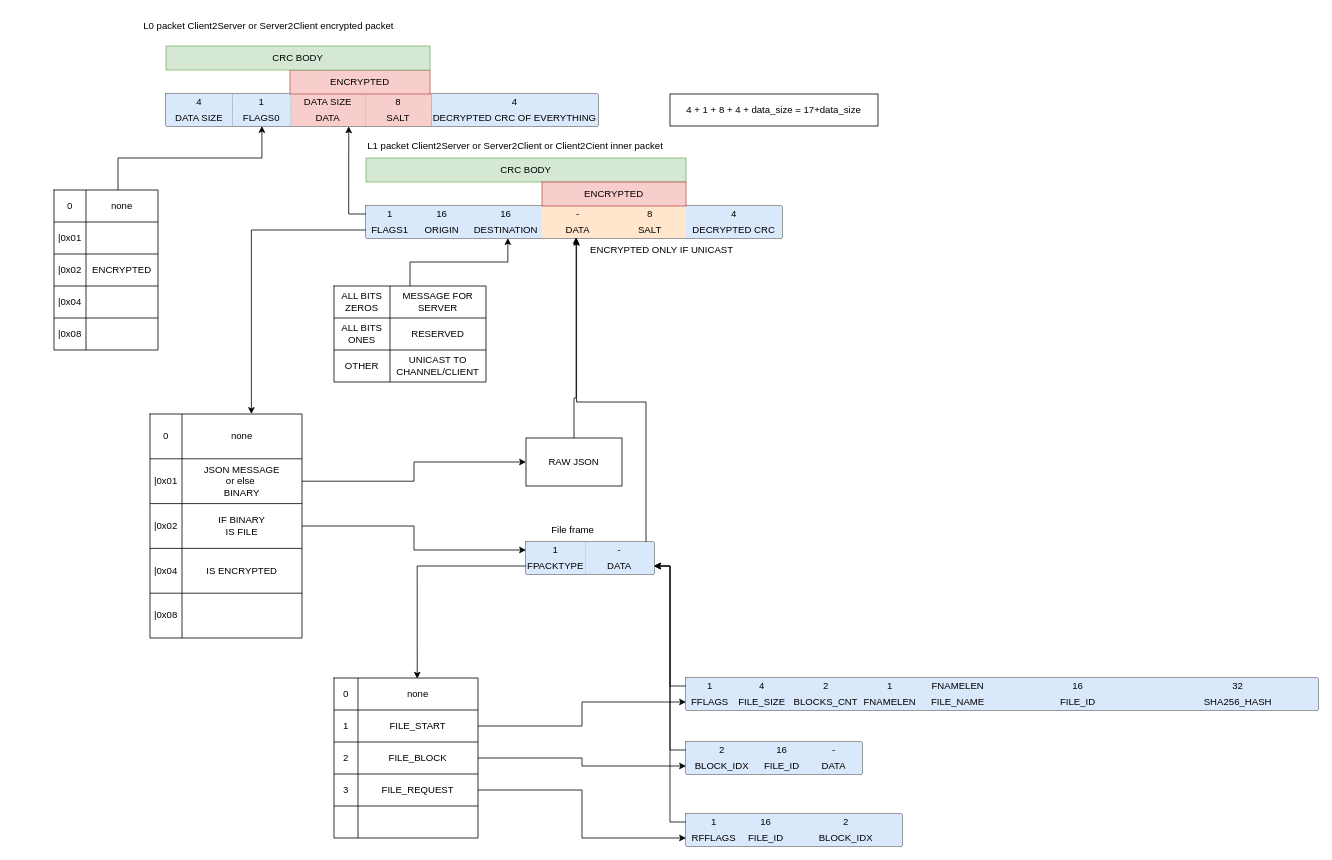
Before: novaprotocol/protocol.drawio in TexHik620953/novachat-server, a draw.io diagram. Source tidied: cells renumbered, new cells numbered last; positions are measured from the earlier drawing's top-left corner, leaving out a move shared by most shapes. Both pictures are drawn from the tidied source at 80%, with x=0, y=0 at pixel (54, 14).
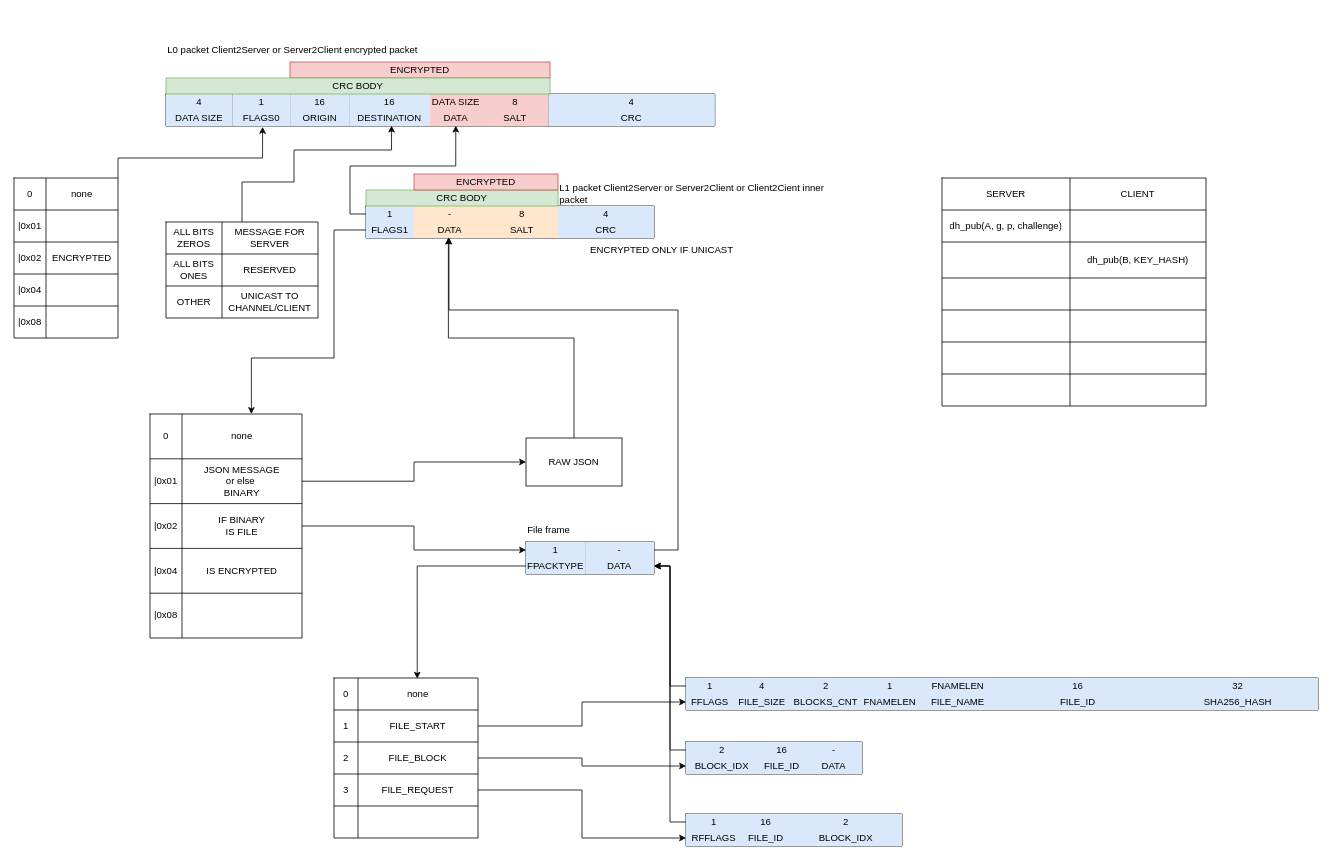
The same diagram, later.

Unchanged cells that the change refers to:
```xml
<mxCell id="36" style="shape=tableRow;horizontal=0;startSize=0;swimlaneHead=0;swimlaneBody=0;strokeColor=inherit;top=0;left=0;bottom=0;right=0;fillColor=none;points=[[0,0.5],[1,0.5]];portConstraint=eastwest;" parent="35" vertex="1">
  <mxGeometry width="190" height="56" as="geometry" />
</mxCell>
<mxCell id="51" value="ENCRYPTED ONLY IF UNICAST" style="text;html=1;align=center;verticalAlign=middle;whiteSpace=wrap;rounded=0;" parent="1" vertex="1">
  <mxGeometry x="610" y="280" width="300" height="30" as="geometry" />
</mxCell>
<mxCell id="63" value="RAW JSON" style="rounded=0;whiteSpace=wrap;html=1;" parent="1" vertex="1">
  <mxGeometry x="590" y="530" width="120" height="60" as="geometry" />
</mxCell>
<mxCell id="66" style="shape=table;startSize=0;childLayout=tableLayout;" parent="1" vertex="1">
  <mxGeometry x="590" y="660" width="160" height="40" as="geometry" />
</mxCell>
<mxCell id="67" style="shape=tableRow;horizontal=0;startSize=0;swimlaneHead=0;swimlaneBody=0;strokeColor=inherit;top=0;left=0;bottom=0;right=0;fillColor=none;points=[[0,0.5],[1,0.5]];portConstraint=eastwest;" parent="66" vertex="1">
  <mxGeometry width="160" height="20" as="geometry" />
</mxCell>
<mxCell id="138" style="shape=tableRow;horizontal=0;startSize=0;swimlaneHead=0;swimlaneBody=0;strokeColor=inherit;top=0;left=0;bottom=0;right=0;fillColor=none;points=[[0,0.5],[1,0.5]];portConstraint=eastwest;" parent="137" vertex="1">
  <mxGeometry width="130" height="40" as="geometry" />
</mxCell>
```

Change to the diagram source:
```diff
@@
     <mxCell id="2" style="shape=table;startSize=0;childLayout=tableLayout;" parent="1" vertex="1">
-      <mxGeometry x="140" y="100" width="540" height="40" as="geometry" />
+      <mxGeometry x="140" y="100" width="686" height="40" as="geometry" />
     </mxCell>
     <mxCell id="3" style="shape=tableRow;horizontal=0;startSize=0;swimlaneHead=0;swimlaneBody=0;strokeColor=inherit;top=0;left=0;bottom=0;right=0;fillColor=none;" parent="2" vertex="1">
-      <mxGeometry width="540" height="20" as="geometry" />
+      <mxGeometry width="686" height="20" as="geometry" />
     </mxCell>
@@
+    <mxCell id="155" value="16" style="shape=partialRectangle;html=1;whiteSpace=wrap;strokeColor=#6c8ebf;overflow=hidden;fillColor=#dae8fc;top=0;left=0;bottom=0;right=0;" parent="3" vertex="1">
+      <mxGeometry x="156" width="73" height="20" as="geometry" />
+    </mxCell>
+    <mxCell id="156" value="16" style="shape=partialRectangle;html=1;whiteSpace=wrap;strokeColor=#6c8ebf;overflow=hidden;fillColor=#dae8fc;top=0;left=0;bottom=0;right=0;" parent="3" vertex="1">
+      <mxGeometry x="229" width="101" height="20" as="geometry" />
+    </mxCell>
     <mxCell id="6" value="DATA SIZE" style="shape=partialRectangle;html=1;whiteSpace=wrap;strokeColor=#b85450;overflow=hidden;fillColor=#f8cecc;top=0;left=0;bottom=0;right=0;" parent="3" vertex="1">
-      <mxGeometry x="156" width="93" height="20" as="geometry" />
+      <mxGeometry x="330" width="65" height="20" as="geometry" />
     </mxCell>
     <mxCell id="7" value="8" style="shape=partialRectangle;html=1;whiteSpace=wrap;strokeColor=#b85450;overflow=hidden;fillColor=#f8cecc;top=0;left=0;bottom=0;right=0;" parent="3" vertex="1">
-      <mxGeometry x="249" width="83" height="20" as="geometry" />
+      <mxGeometry x="395" width="83" height="20" as="geometry" />
     </mxCell>
     <mxCell id="8" value="4" style="shape=partialRectangle;html=1;whiteSpace=wrap;strokeColor=#6c8ebf;overflow=hidden;fillColor=#dae8fc;top=0;left=0;bottom=0;right=0;" parent="3" vertex="1">
-      <mxGeometry x="332" width="208" height="20" as="geometry" />
+      <mxGeometry x="478" width="208" height="20" as="geometry" />
     </mxCell>
     <mxCell id="9" style="shape=tableRow;horizontal=0;startSize=0;swimlaneHead=0;swimlaneBody=0;strokeColor=inherit;top=0;left=0;bottom=0;right=0;fillColor=none;points=[[0,0.5],[1,0.5]];portConstraint=eastwest;" parent="2" vertex="1">
-      <mxGeometry y="20" width="540" height="20" as="geometry" />
+      <mxGeometry y="20" width="686" height="20" as="geometry" />
     </mxCell>
@@
+    <mxCell id="26" value="ORIGIN" style="shape=partialRectangle;html=1;whiteSpace=wrap;strokeColor=#6c8ebf;overflow=hidden;fillColor=#dae8fc;top=0;left=0;bottom=0;right=0;" parent="9" vertex="1">
+      <mxGeometry x="156" width="73" height="20" as="geometry" />
+    </mxCell>
+    <mxCell id="27" value="DESTINATION" style="shape=partialRectangle;html=1;whiteSpace=wrap;strokeColor=#6c8ebf;overflow=hidden;fillColor=#dae8fc;top=0;left=0;bottom=0;right=0;" parent="9" vertex="1">
+      <mxGeometry x="229" width="101" height="20" as="geometry" />
+    </mxCell>
     <mxCell id="12" value="DATA" style="shape=partialRectangle;html=1;whiteSpace=wrap;strokeColor=#b85450;overflow=hidden;fillColor=#f8cecc;top=0;left=0;bottom=0;right=0;" parent="9" vertex="1">
-      <mxGeometry x="156" width="93" height="20" as="geometry" />
+      <mxGeometry x="330" width="65" height="20" as="geometry" />
     </mxCell>
     <mxCell id="13" value="SALT" style="shape=partialRectangle;html=1;whiteSpace=wrap;strokeColor=#b85450;overflow=hidden;fillColor=#f8cecc;top=0;left=0;bottom=0;right=0;" parent="9" vertex="1">
-      <mxGeometry x="249" width="83" height="20" as="geometry" />
+      <mxGeometry x="395" width="83" height="20" as="geometry" />
     </mxCell>
-    <mxCell id="14" value="DECRYPTED CRC OF EVERYTHING" style="shape=partialRectangle;html=1;whiteSpace=wrap;strokeColor=#6c8ebf;overflow=hidden;fillColor=#dae8fc;top=0;left=0;bottom=0;right=0;" parent="9" vertex="1">
-      <mxGeometry x="332" width="208" height="20" as="geometry" />
+    <mxCell id="14" value="CRC" style="shape=partialRectangle;html=1;whiteSpace=wrap;strokeColor=#6c8ebf;overflow=hidden;fillColor=#dae8fc;top=0;left=0;bottom=0;right=0;" parent="9" vertex="1">
+      <mxGeometry x="478" width="208" height="20" as="geometry" />
     </mxCell>
     <mxCell id="15" value="L0 packet Client2Server or Server2Client encrypted packet" style="text;html=1;align=left;verticalAlign=middle;whiteSpace=wrap;rounded=0;" parent="1" vertex="1">
-      <mxGeometry x="110" width="350" height="30" as="geometry" />
+      <mxGeometry x="140" y="30" width="350" height="30" as="geometry" />
     </mxCell>
     <mxCell id="16" style="shape=table;startSize=0;childLayout=tableLayout;" parent="1" vertex="1">
-      <mxGeometry x="390" y="240" width="520" height="40" as="geometry" />
+      <mxGeometry x="390" y="240" width="360" height="40" as="geometry" />
     </mxCell>
     <mxCell id="17" style="shape=tableRow;horizontal=0;startSize=0;swimlaneHead=0;swimlaneBody=0;strokeColor=inherit;top=0;left=0;bottom=0;right=0;fillColor=none;points=[[0,0.5],[1,0.5]];portConstraint=eastwest;" parent="16" vertex="1">
-      <mxGeometry width="520" height="20" as="geometry" />
+      <mxGeometry width="360" height="20" as="geometry" />
     </mxCell>
@@
-    <mxCell id="19" value="16" style="shape=partialRectangle;html=1;whiteSpace=wrap;strokeColor=#6c8ebf;overflow=hidden;fillColor=#dae8fc;top=0;left=0;bottom=0;right=0;" parent="17" vertex="1">
-      <mxGeometry x="60" width="70" height="20" as="geometry" />
-    </mxCell>
-    <mxCell id="20" value="16" style="shape=partialRectangle;html=1;whiteSpace=wrap;strokeColor=#6c8ebf;overflow=hidden;fillColor=#dae8fc;top=0;left=0;bottom=0;right=0;" parent="17" vertex="1">
-      <mxGeometry x="130" width="90" height="20" as="geometry" />
-    </mxCell>
     <mxCell id="21" value="-" style="shape=partialRectangle;html=1;whiteSpace=wrap;strokeColor=#d79b00;overflow=hidden;fillColor=#ffe6cc;top=0;left=0;bottom=0;right=0;" parent="17" vertex="1">
-      <mxGeometry x="220" width="90" height="20" as="geometry" />
+      <mxGeometry x="60" width="90" height="20" as="geometry" />
     </mxCell>
     <mxCell id="22" value="8" style="shape=partialRectangle;html=1;whiteSpace=wrap;strokeColor=#d79b00;overflow=hidden;fillColor=#ffe6cc;top=0;left=0;bottom=0;right=0;" parent="17" vertex="1">
-      <mxGeometry x="310" width="90" height="20" as="geometry" />
+      <mxGeometry x="150" width="90" height="20" as="geometry" />
     </mxCell>
     <mxCell id="23" value="4" style="shape=partialRectangle;html=1;whiteSpace=wrap;strokeColor=#6c8ebf;overflow=hidden;fillColor=#dae8fc;top=0;left=0;bottom=0;right=0;" parent="17" vertex="1">
-      <mxGeometry x="400" width="120" height="20" as="geometry" />
+      <mxGeometry x="240" width="120" height="20" as="geometry" />
     </mxCell>
     <mxCell id="24" style="shape=tableRow;horizontal=0;startSize=0;swimlaneHead=0;swimlaneBody=0;strokeColor=inherit;top=0;left=0;bottom=0;right=0;fillColor=none;points=[[0,0.5],[1,0.5]];portConstraint=eastwest;" parent="16" vertex="1">
-      <mxGeometry y="20" width="520" height="20" as="geometry" />
+      <mxGeometry y="20" width="360" height="20" as="geometry" />
     </mxCell>
@@
-    <mxCell id="26" value="ORIGIN" style="shape=partialRectangle;html=1;whiteSpace=wrap;strokeColor=#6c8ebf;overflow=hidden;fillColor=#dae8fc;top=0;left=0;bottom=0;right=0;" parent="24" vertex="1">
-      <mxGeometry x="60" width="70" height="20" as="geometry" />
-    </mxCell>
-    <mxCell id="27" value="DESTINATION" style="shape=partialRectangle;html=1;whiteSpace=wrap;strokeColor=#6c8ebf;overflow=hidden;fillColor=#dae8fc;top=0;left=0;bottom=0;right=0;" parent="24" vertex="1">
-      <mxGeometry x="130" width="90" height="20" as="geometry" />
-    </mxCell>
     <mxCell id="28" value="DATA" style="shape=partialRectangle;html=1;whiteSpace=wrap;strokeColor=#d79b00;overflow=hidden;fillColor=#ffe6cc;top=0;left=0;bottom=0;right=0;" parent="24" vertex="1">
-      <mxGeometry x="220" width="90" height="20" as="geometry" />
+      <mxGeometry x="60" width="90" height="20" as="geometry" />
     </mxCell>
     <mxCell id="29" value="SALT" style="shape=partialRectangle;html=1;whiteSpace=wrap;strokeColor=#d79b00;overflow=hidden;fillColor=#ffe6cc;top=0;left=0;bottom=0;right=0;" parent="24" vertex="1">
-      <mxGeometry x="310" width="90" height="20" as="geometry" />
+      <mxGeometry x="150" width="90" height="20" as="geometry" />
     </mxCell>
-    <mxCell id="30" value="DECRYPTED CRC" style="shape=partialRectangle;html=1;whiteSpace=wrap;strokeColor=#6c8ebf;overflow=hidden;fillColor=#dae8fc;top=0;left=0;bottom=0;right=0;" parent="24" vertex="1">
-      <mxGeometry x="400" width="120" height="20" as="geometry" />
+    <mxCell id="30" value="CRC" style="shape=partialRectangle;html=1;whiteSpace=wrap;strokeColor=#6c8ebf;overflow=hidden;fillColor=#dae8fc;top=0;left=0;bottom=0;right=0;" parent="24" vertex="1">
+      <mxGeometry x="240" width="120" height="20" as="geometry" />
     </mxCell>
-    <mxCell id="31" style="edgeStyle=orthogonalEdgeStyle;rounded=0;jettySize=auto;html=1;entryX=0.423;entryY=1.024;entryDx=0;entryDy=0;entryPerimeter=0;" parent="1" edge="1" source="17" target="9">
+    <mxCell id="31" style="edgeStyle=orthogonalEdgeStyle;rounded=0;jettySize=auto;html=1;entryX=0.528;entryY=0.979;entryDx=0;entryDy=0;entryPerimeter=0;" parent="1" edge="1" source="17" target="9">
       <mxGeometry relative="1" as="geometry" />
     </mxCell>
     <mxCell id="32" value="L1 packet Client2Server or Server2Client or Client2Cient inner packet" style="text;html=1;align=left;verticalAlign=middle;whiteSpace=wrap;rounded=0;" parent="1" vertex="1">
-      <mxGeometry x="390" y="150" width="400" height="30" as="geometry" />
+      <mxGeometry x="630" y="210" width="360" height="30" as="geometry" />
     </mxCell>
     <mxCell id="33" style="edgeStyle=orthogonalEdgeStyle;rounded=0;jettySize=auto;html=1;entryX=0.667;entryY=0;entryDx=0;entryDy=0;entryPerimeter=0;" parent="1" edge="1" source="24" target="36">
-      <mxGeometry relative="1" as="geometry" />
+      <mxGeometry relative="1" as="geometry">
+        <Array as="points">
+          <mxPoint x="350" y="270" />
+          <mxPoint x="350" y="430" />
+          <mxPoint x="247" y="430" />
+        </Array>
+      </mxGeometry>
     </mxCell>
-    <mxCell id="34" style="edgeStyle=orthogonalEdgeStyle;rounded=0;jettySize=auto;html=1;entryX=0.341;entryY=1.008;entryDx=0;entryDy=0;entryPerimeter=0;" parent="1" edge="1" source="53" target="24">
-      <mxGeometry relative="1" as="geometry" />
-    </mxCell>
@@
     <mxCell id="52" value="ENCRYPTED" style="text;html=1;align=center;verticalAlign=middle;whiteSpace=wrap;rounded=0;fillColor=#f8cecc;strokeColor=#b85450;" parent="1" vertex="1">
-      <mxGeometry x="295" y="70" width="175" height="30" as="geometry" />
+      <mxGeometry x="295" y="60" width="325" height="20" as="geometry" />
     </mxCell>
     <mxCell id="53" style="shape=table;startSize=0;childLayout=tableLayout;" parent="1" vertex="1">
-      <mxGeometry x="350" y="340" width="190" height="120" as="geometry" />
+      <mxGeometry x="140" y="260" width="190" height="120" as="geometry" />
     </mxCell>
@@
-    <mxCell id="64" style="edgeStyle=orthogonalEdgeStyle;rounded=0;jettySize=auto;html=1;entryX=0.505;entryY=0.95;entryDx=0;entryDy=0;entryPerimeter=0;" parent="1" edge="1" source="63" target="24">
-      <mxGeometry relative="1" as="geometry">
-        <Array as="points">
-          <mxPoint x="650" y="480" />
-          <mxPoint x="653" y="480" />
-        </Array>
-      </mxGeometry>
-    </mxCell>
@@
-    <mxCell id="73" style="edgeStyle=orthogonalEdgeStyle;rounded=0;jettySize=auto;html=1;entryX=0.144;entryY=0.039;entryDx=0;entryDy=0;entryPerimeter=0;" parent="1" edge="1" source="66" target="51">
-      <mxGeometry relative="1" as="geometry">
-        <Array as="points">
-          <mxPoint x="740" y="485" />
-          <mxPoint x="653" y="485" />
-        </Array>
-      </mxGeometry>
-    </mxCell>
@@
     <mxCell id="75" value="File frame" style="text;html=1;align=left;verticalAlign=middle;whiteSpace=wrap;rounded=0;" parent="1" vertex="1">
-      <mxGeometry x="620" y="630" width="220" height="30" as="geometry" />
+      <mxGeometry x="590" y="630" width="80" height="30" as="geometry" />
     </mxCell>
@@
-    <mxCell id="133" value="4 + 1 + 8 + 4 + data_size = 17+data_size" style="rounded=0;whiteSpace=wrap;html=1;" parent="1" vertex="1">
-      <mxGeometry x="770" y="100" width="260" height="40" as="geometry" />
-    </mxCell>
     <mxCell id="134" value="CRC BODY" style="text;html=1;align=center;verticalAlign=middle;whiteSpace=wrap;rounded=0;fillColor=#d5e8d4;strokeColor=#82b366;" parent="1" vertex="1">
-      <mxGeometry x="140" y="40" width="330" height="30" as="geometry" />
+      <mxGeometry x="140" y="80" width="480" height="20" as="geometry" />
     </mxCell>
     <mxCell id="135" value="CRC BODY" style="text;html=1;align=center;verticalAlign=middle;whiteSpace=wrap;rounded=0;fillColor=#d5e8d4;strokeColor=#82b366;" parent="1" vertex="1">
-      <mxGeometry x="390" y="180" width="400" height="30" as="geometry" />
+      <mxGeometry x="390" y="220" width="240" height="20" as="geometry" />
     </mxCell>
     <mxCell id="136" value="ENCRYPTED" style="text;html=1;align=center;verticalAlign=middle;whiteSpace=wrap;rounded=0;fillColor=#f8cecc;strokeColor=#b85450;" parent="1" vertex="1">
-      <mxGeometry x="610" y="210" width="180" height="30" as="geometry" />
+      <mxGeometry x="450" y="200" width="180" height="20" as="geometry" />
     </mxCell>
     <mxCell id="137" style="shape=table;startSize=0;childLayout=tableLayout;" parent="1" vertex="1">
-      <mxGeometry y="220" width="130" height="200" as="geometry" />
+      <mxGeometry x="-50" y="205" width="130" height="200" as="geometry" />
     </mxCell>
@@
-    <mxCell id="153" style="edgeStyle=orthogonalEdgeStyle;rounded=0;jettySize=auto;html=1;entryX=0.222;entryY=1;entryDx=0;entryDy=0;entryPerimeter=0;" parent="1" edge="1" source="138" target="9">
+    <mxCell id="153" style="edgeStyle=orthogonalEdgeStyle;rounded=0;jettySize=auto;html=1;entryX=0.176;entryY=1.029;entryDx=0;entryDy=0;entryPerimeter=0;" parent="1" edge="1" source="138" target="2">
       <mxGeometry relative="1" as="geometry">
         <Array as="points">
           <mxPoint x="80" y="180" />
-          <mxPoint x="260" y="180" />
+          <mxPoint x="261" y="180" />
         </Array>
       </mxGeometry>
     </mxCell>
@@
+    <mxCell id="157" style="shape=table;startSize=0;childLayout=tableLayout;" parent="1" vertex="1">
+      <mxGeometry x="1110" y="205" width="330" height="285" as="geometry" />
+    </mxCell>
+    <mxCell id="158" style="shape=tableRow;horizontal=0;startSize=0;swimlaneHead=0;swimlaneBody=0;strokeColor=inherit;top=0;left=0;bottom=0;right=0;fillColor=none;" parent="157" vertex="1">
+      <mxGeometry width="330" height="40" as="geometry" />
+    </mxCell>
+    <mxCell id="159" value="SERVER" style="shape=partialRectangle;html=1;whiteSpace=wrap;strokeColor=inherit;overflow=hidden;fillColor=none;top=0;left=0;bottom=0;right=0;" parent="158" vertex="1">
+      <mxGeometry width="160" height="40" as="geometry" />
+    </mxCell>
+    <mxCell id="160" value="CLIENT" style="shape=partialRectangle;html=1;whiteSpace=wrap;strokeColor=inherit;overflow=hidden;fillColor=none;top=0;left=0;bottom=0;right=0;" parent="158" vertex="1">
+      <mxGeometry x="160" width="170" height="40" as="geometry" />
+    </mxCell>
+    <mxCell id="161" style="shape=tableRow;horizontal=0;startSize=0;swimlaneHead=0;swimlaneBody=0;strokeColor=inherit;top=0;left=0;bottom=0;right=0;fillColor=none;" parent="157" vertex="1">
+      <mxGeometry y="40" width="330" height="40" as="geometry" />
+    </mxCell>
+    <mxCell id="162" value="dh_pub(A, g, p, challenge)" style="shape=partialRectangle;html=1;whiteSpace=wrap;strokeColor=inherit;overflow=hidden;fillColor=none;top=0;left=0;bottom=0;right=0;" parent="161" vertex="1">
+      <mxGeometry width="160" height="40" as="geometry" />
+    </mxCell>
+    <mxCell id="163" style="shape=partialRectangle;html=1;whiteSpace=wrap;strokeColor=inherit;overflow=hidden;fillColor=none;top=0;left=0;bottom=0;right=0;" parent="161" vertex="1">
+      <mxGeometry x="160" width="170" height="40" as="geometry" />
+    </mxCell>
+    <mxCell id="164" style="shape=tableRow;horizontal=0;startSize=0;swimlaneHead=0;swimlaneBody=0;strokeColor=inherit;top=0;left=0;bottom=0;right=0;fillColor=none;" parent="157" vertex="1">
+      <mxGeometry y="80" width="330" height="45" as="geometry" />
+    </mxCell>
+    <mxCell id="165" style="shape=partialRectangle;html=1;whiteSpace=wrap;strokeColor=inherit;overflow=hidden;fillColor=none;top=0;left=0;bottom=0;right=0;" parent="164" vertex="1">
+      <mxGeometry width="160" height="45" as="geometry" />
+    </mxCell>
+    <mxCell id="166" value="dh_pub(B, KEY_HASH)" style="shape=partialRectangle;html=1;whiteSpace=wrap;strokeColor=inherit;overflow=hidden;fillColor=none;top=0;left=0;bottom=0;right=0;" parent="164" vertex="1">
+      <mxGeometry x="160" width="170" height="45" as="geometry" />
+    </mxCell>
+    <mxCell id="167" style="shape=tableRow;horizontal=0;startSize=0;swimlaneHead=0;swimlaneBody=0;strokeColor=inherit;top=0;left=0;bottom=0;right=0;fillColor=none;" parent="157" vertex="1">
+      <mxGeometry y="125" width="330" height="40" as="geometry" />
+    </mxCell>
+    <mxCell id="168" style="shape=partialRectangle;html=1;whiteSpace=wrap;strokeColor=inherit;overflow=hidden;fillColor=none;top=0;left=0;bottom=0;right=0;" parent="167" vertex="1">
+      <mxGeometry width="160" height="40" as="geometry" />
+    </mxCell>
+    <mxCell id="169" style="shape=partialRectangle;html=1;whiteSpace=wrap;strokeColor=inherit;overflow=hidden;fillColor=none;top=0;left=0;bottom=0;right=0;" parent="167" vertex="1">
+      <mxGeometry x="160" width="170" height="40" as="geometry" />
+    </mxCell>
+    <mxCell id="170" style="shape=tableRow;horizontal=0;startSize=0;swimlaneHead=0;swimlaneBody=0;strokeColor=inherit;top=0;left=0;bottom=0;right=0;fillColor=none;" parent="157" vertex="1">
+      <mxGeometry y="165" width="330" height="40" as="geometry" />
+    </mxCell>
+    <mxCell id="171" style="shape=partialRectangle;html=1;whiteSpace=wrap;strokeColor=inherit;overflow=hidden;fillColor=none;top=0;left=0;bottom=0;right=0;" parent="170" vertex="1">
+      <mxGeometry width="160" height="40" as="geometry" />
+    </mxCell>
+    <mxCell id="172" style="shape=partialRectangle;html=1;whiteSpace=wrap;strokeColor=inherit;overflow=hidden;fillColor=none;top=0;left=0;bottom=0;right=0;" parent="170" vertex="1">
+      <mxGeometry x="160" width="170" height="40" as="geometry" />
+    </mxCell>
+    <mxCell id="173" style="shape=tableRow;horizontal=0;startSize=0;swimlaneHead=0;swimlaneBody=0;strokeColor=inherit;top=0;left=0;bottom=0;right=0;fillColor=none;" parent="157" vertex="1">
+      <mxGeometry y="205" width="330" height="40" as="geometry" />
+    </mxCell>
+    <mxCell id="174" style="shape=partialRectangle;html=1;whiteSpace=wrap;strokeColor=inherit;overflow=hidden;fillColor=none;top=0;left=0;bottom=0;right=0;" parent="173" vertex="1">
+      <mxGeometry width="160" height="40" as="geometry" />
+    </mxCell>
+    <mxCell id="175" style="shape=partialRectangle;html=1;whiteSpace=wrap;strokeColor=inherit;overflow=hidden;fillColor=none;top=0;left=0;bottom=0;right=0;" parent="173" vertex="1">
+      <mxGeometry x="160" width="170" height="40" as="geometry" />
+    </mxCell>
+    <mxCell id="176" style="shape=tableRow;horizontal=0;startSize=0;swimlaneHead=0;swimlaneBody=0;strokeColor=inherit;top=0;left=0;bottom=0;right=0;fillColor=none;" parent="157" vertex="1">
+      <mxGeometry y="245" width="330" height="40" as="geometry" />
+    </mxCell>
+    <mxCell id="177" style="shape=partialRectangle;html=1;whiteSpace=wrap;strokeColor=inherit;overflow=hidden;fillColor=none;top=0;left=0;bottom=0;right=0;" parent="176" vertex="1">
+      <mxGeometry width="160" height="40" as="geometry" />
+    </mxCell>
+    <mxCell id="178" style="shape=partialRectangle;html=1;whiteSpace=wrap;strokeColor=inherit;overflow=hidden;fillColor=none;top=0;left=0;bottom=0;right=0;" parent="176" vertex="1">
+      <mxGeometry x="160" width="170" height="40" as="geometry" />
+    </mxCell>
+    <mxCell id="179" style="edgeStyle=orthogonalEdgeStyle;rounded=0;jettySize=auto;html=1;entryX=0.411;entryY=0.975;entryDx=0;entryDy=0;entryPerimeter=0;" parent="1" edge="1" source="53" target="9">
+      <mxGeometry relative="1" as="geometry">
+        <Array as="points">
+          <mxPoint x="235" y="210" />
+          <mxPoint x="300" y="210" />
+          <mxPoint x="300" y="170" />
+          <mxPoint x="422" y="170" />
+        </Array>
+      </mxGeometry>
+    </mxCell>
+    <mxCell id="64" style="edgeStyle=orthogonalEdgeStyle;rounded=0;jettySize=auto;html=1;entryX=0.286;entryY=0.976;entryDx=0;entryDy=0;entryPerimeter=0;" parent="1" edge="1" source="63" target="24">
+      <mxGeometry relative="1" as="geometry" />
+    </mxCell>
+    <mxCell id="180" style="edgeStyle=orthogonalEdgeStyle;rounded=0;jettySize=auto;html=1;entryX=0.288;entryY=0.988;entryDx=0;entryDy=0;entryPerimeter=0;" parent="1" edge="1" source="67" target="16">
+      <mxGeometry relative="1" as="geometry">
+        <Array as="points">
+          <mxPoint x="780" y="670" />
+          <mxPoint x="780" y="370" />
+          <mxPoint x="494" y="370" />
+        </Array>
+      </mxGeometry>
+    </mxCell>
```
